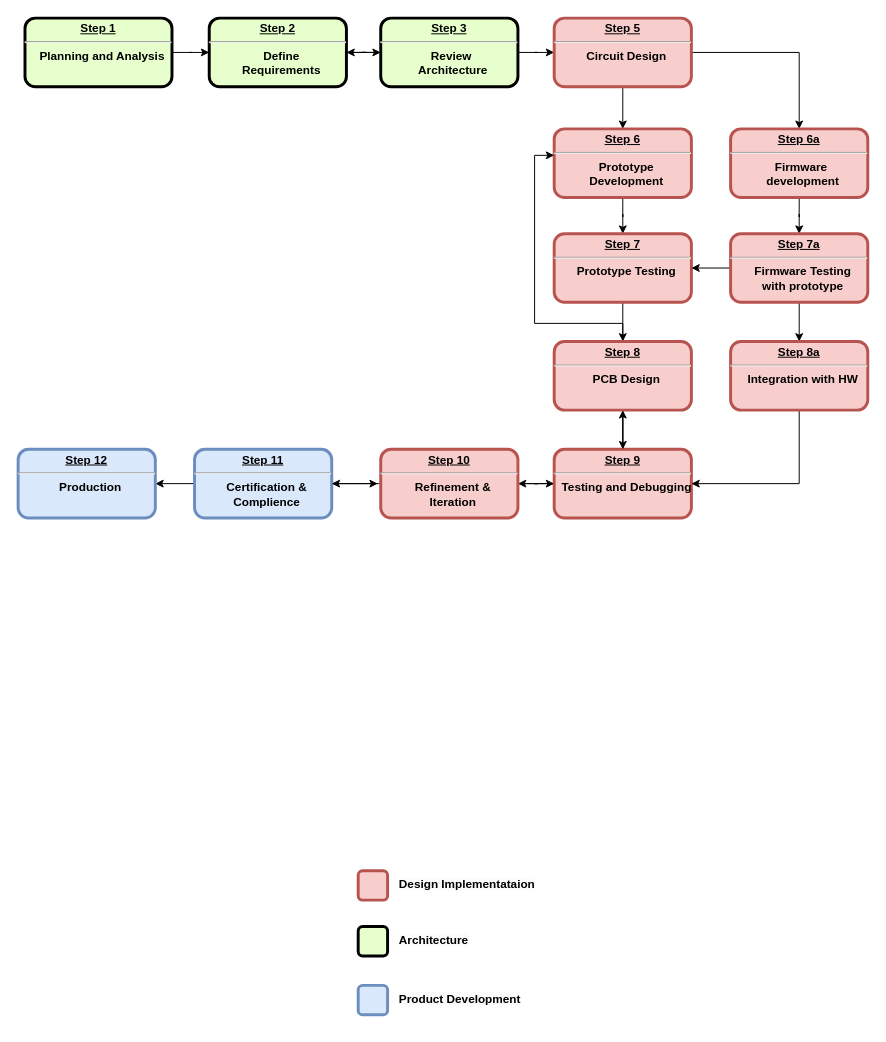
j9hasan/learning-git keeps this draw.io diagram as ups-gantt.drawio. Above is the earlier version. Source tidied: cells renumbered, new cells numbered last; positions are measured from the earlier drawing's top-left corner, leaving out a move shared by most shapes. Both pictures are drawn from the tidied source at 98%, with x=0, y=0 at pixel (18, 18).
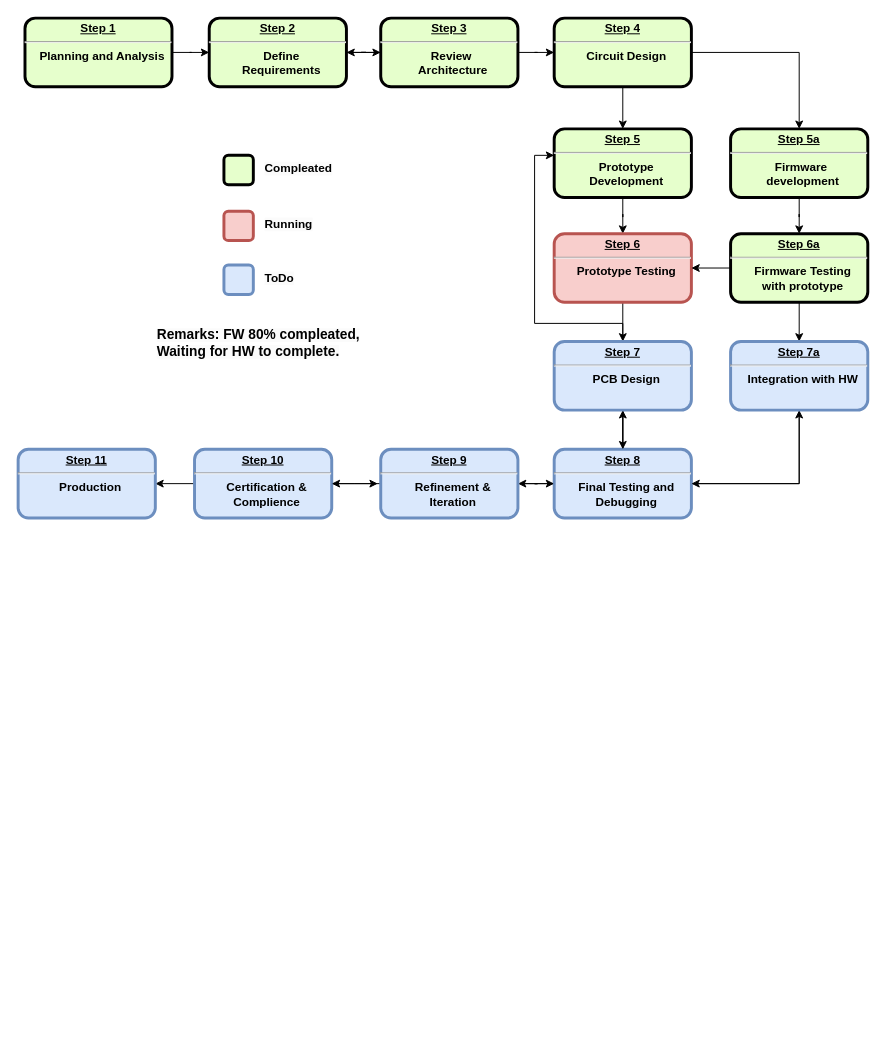
The same diagram, later.

What changed in the source:
```diff
@@
-    <mxCell id="8" value="&lt;p style=&quot;margin: 0px; margin-top: 4px; text-align: center; text-decoration: underline;&quot;&gt;&lt;strong&gt;Step 6&lt;/strong&gt;&lt;/p&gt;&lt;hr&gt;&lt;p style=&quot;margin: 0px; margin-left: 8px;&quot;&gt;Prototype&lt;/p&gt;&lt;p style=&quot;margin: 0px; margin-left: 8px;&quot;&gt;Development&lt;/p&gt;" style="verticalAlign=middle;align=center;overflow=fill;fontSize=12;fontFamily=Helvetica;html=1;rounded=1;fontStyle=1;strokeWidth=3;fillColor=#f8cecc;strokeColor=#b85450;" parent="1" vertex="1">
+    <mxCell id="8" value="&lt;p style=&quot;margin: 0px; margin-top: 4px; text-align: center; text-decoration: underline;&quot;&gt;&lt;strong&gt;Step 5&lt;/strong&gt;&lt;/p&gt;&lt;hr&gt;&lt;p style=&quot;margin: 0px; margin-left: 8px;&quot;&gt;Prototype&lt;/p&gt;&lt;p style=&quot;margin: 0px; margin-left: 8px;&quot;&gt;Development&lt;/p&gt;" style="verticalAlign=middle;align=center;overflow=fill;fontSize=12;fontFamily=Helvetica;html=1;rounded=1;fontStyle=1;strokeWidth=3;fillColor=#E6FFCC;" parent="1" vertex="1">
       <mxGeometry x="547" y="113" width="140" height="70" as="geometry" />
     </mxCell>
@@
+    <mxCell id="42" style="edgeStyle=orthogonalEdgeStyle;rounded=0;jettySize=auto;html=1;entryX=0.5;entryY=1;entryDx=0;entryDy=0;" parent="1" edge="1" source="12" target="41">
+      <mxGeometry relative="1" as="geometry" />
+    </mxCell>
-    <mxCell id="12" value="&lt;p style=&quot;margin: 0px; margin-top: 4px; text-align: center; text-decoration: underline;&quot;&gt;&lt;strong&gt;Step 9&lt;/strong&gt;&lt;/p&gt;&lt;hr&gt;&lt;p style=&quot;margin: 0px; margin-left: 8px;&quot;&gt;&lt;span style=&quot;background-color: initial;&quot;&gt;Testing and Debugging&lt;/span&gt;&lt;/p&gt;" style="verticalAlign=middle;align=center;overflow=fill;fontSize=12;fontFamily=Helvetica;html=1;rounded=1;fontStyle=1;strokeWidth=3;fillColor=#f8cecc;strokeColor=#b85450;" parent="1" vertex="1">
+    <mxCell id="12" value="&lt;p style=&quot;margin: 0px; margin-top: 4px; text-align: center; text-decoration: underline;&quot;&gt;&lt;strong&gt;Step 8&lt;/strong&gt;&lt;/p&gt;&lt;hr&gt;&lt;p style=&quot;margin: 0px; margin-left: 8px;&quot;&gt;&lt;span style=&quot;background-color: initial;&quot;&gt;Final&amp;nbsp;&lt;/span&gt;&lt;span style=&quot;background-color: initial;&quot;&gt;Testing and&lt;/span&gt;&lt;/p&gt;&lt;p style=&quot;margin: 0px; margin-left: 8px;&quot;&gt;&lt;span style=&quot;background-color: initial;&quot;&gt;Debugging&lt;/span&gt;&lt;/p&gt;" style="verticalAlign=middle;align=center;overflow=fill;fontSize=12;fontFamily=Helvetica;html=1;rounded=1;fontStyle=1;strokeWidth=3;fillColor=#dae8fc;strokeColor=#6c8ebf;" parent="1" vertex="1">
       <mxGeometry x="547" y="440" width="140" height="70" as="geometry" />
     </mxCell>
@@
-    <mxCell id="15" value="&lt;p style=&quot;margin: 0px; margin-top: 4px; text-align: center; text-decoration: underline;&quot;&gt;&lt;strong&gt;Step 11&lt;/strong&gt;&lt;/p&gt;&lt;hr&gt;&lt;p style=&quot;margin: 0px; margin-left: 8px;&quot;&gt;&lt;span style=&quot;background-color: initial;&quot;&gt;Certification &amp;amp;&lt;/span&gt;&lt;/p&gt;&lt;p style=&quot;margin: 0px; margin-left: 8px;&quot;&gt;&lt;span style=&quot;background-color: initial;&quot;&gt;Complience&lt;/span&gt;&lt;/p&gt;&lt;p style=&quot;margin: 0px; margin-left: 8px;&quot;&gt;&lt;span style=&quot;background-color: initial; color: rgba(0, 0, 0, 0); font-family: monospace; font-size: 0px; font-weight: 400; text-align: start;&quot;&gt;Co%3CmxGraphModel%3E%3Croot%3E%3CmxCell%20id%3D%220%22%2F%3E%3CmxCell%20id%3D%221%22%20parent%3D%220%22%2F%3E%3CmxCell%20id%3D%222%22%20value%3D%22%26lt%3Bp%20style%3D%26quot%3Bmargin%3A%200px%3B%20margin-top%3A%204px%3B%20text-align%3A%20center%3B%20text-decoration%3A%20underline%3B%26quot%3B%26gt%3B%26lt%3Bstrong%26gt%3BStep%205%26lt%3B%2Fstrong%26gt%3B%26lt%3B%2Fp%26gt%3B%26lt%3Bhr%26gt%3B%26lt%3Bp%20style%3D%26quot%3Bmargin%3A%200px%3B%20margin-left%3A%208px%3B%26quot%3B%26gt%3BPrototype%26lt%3B%2Fp%26gt%3B%26lt%3Bp%20style%3D%26quot%3Bmargin%3A%200px%3B%20margin-left%3A%208px%3B%26quot%3B%26gt%3BDevelopmenrt%26lt%3B%2Fp%26gt%3B%22%20style%3D%22verticalAlign%3Dmiddle%3Balign%3Dcenter%3Boverflow%3Dfill%3BfontSize%3D12%3BfontFamily%3DHelvetica%3Bhtml%3D1%3Brounded%3D1%3BfontStyle%3D1%3BstrokeWidth%3D3%3BfillColor%3D%23E6FFCC%22%20vertex%3D%221%22%20parent%3D%221%22%3E%3CmxGeometry%20x%3D%22585%22%20y%3D%22360%22%20width%3D%22140%22%20height%3D%2270%22%20as%3D%22geometry%22%2F%3E%3C%2FmxCell%3E%3C%2Froot%3E%3C%2FmxGraphModel%3E&lt;/span&gt;&lt;/p&gt;" style="verticalAlign=middle;align=center;overflow=fill;fontSize=12;fontFamily=Helvetica;html=1;rounded=1;fontStyle=1;strokeWidth=3;fillColor=#dae8fc;strokeColor=#6c8ebf;" parent="1" vertex="1">
+    <mxCell id="15" value="&lt;p style=&quot;margin: 0px; margin-top: 4px; text-align: center; text-decoration: underline;&quot;&gt;&lt;strong&gt;Step 10&lt;/strong&gt;&lt;/p&gt;&lt;hr&gt;&lt;p style=&quot;margin: 0px; margin-left: 8px;&quot;&gt;&lt;span style=&quot;background-color: initial;&quot;&gt;Certification &amp;amp;&lt;/span&gt;&lt;/p&gt;&lt;p style=&quot;margin: 0px; margin-left: 8px;&quot;&gt;&lt;span style=&quot;background-color: initial;&quot;&gt;Complience&lt;/span&gt;&lt;/p&gt;&lt;p style=&quot;margin: 0px; margin-left: 8px;&quot;&gt;&lt;span style=&quot;background-color: initial; color: rgba(0, 0, 0, 0); font-family: monospace; font-size: 0px; font-weight: 400; text-align: start;&quot;&gt;Co%3CmxGraphModel%3E%3Croot%3E%3CmxCell%20id%3D%220%22%2F%3E%3CmxCell%20id%3D%221%22%20parent%3D%220%22%2F%3E%3CmxCell%20id%3D%222%22%20value%3D%22%26lt%3Bp%20style%3D%26quot%3Bmargin%3A%200px%3B%20margin-top%3A%204px%3B%20text-align%3A%20center%3B%20text-decoration%3A%20underline%3B%26quot%3B%26gt%3B%26lt%3Bstrong%26gt%3BStep%205%26lt%3B%2Fstrong%26gt%3B%26lt%3B%2Fp%26gt%3B%26lt%3Bhr%26gt%3B%26lt%3Bp%20style%3D%26quot%3Bmargin%3A%200px%3B%20margin-left%3A%208px%3B%26quot%3B%26gt%3BPrototype%26lt%3B%2Fp%26gt%3B%26lt%3Bp%20style%3D%26quot%3Bmargin%3A%200px%3B%20margin-left%3A%208px%3B%26quot%3B%26gt%3BDevelopmenrt%26lt%3B%2Fp%26gt%3B%22%20style%3D%22verticalAlign%3Dmiddle%3Balign%3Dcenter%3Boverflow%3Dfill%3BfontSize%3D12%3BfontFamily%3DHelvetica%3Bhtml%3D1%3Brounded%3D1%3BfontStyle%3D1%3BstrokeWidth%3D3%3BfillColor%3D%23E6FFCC%22%20vertex%3D%221%22%20parent%3D%221%22%3E%3CmxGeometry%20x%3D%22585%22%20y%3D%22360%22%20width%3D%22140%22%20height%3D%2270%22%20as%3D%22geometry%22%2F%3E%3C%2FmxCell%3E%3C%2Froot%3E%3C%2FmxGraphModel%3E&lt;/span&gt;&lt;/p&gt;" style="verticalAlign=middle;align=center;overflow=fill;fontSize=12;fontFamily=Helvetica;html=1;rounded=1;fontStyle=1;strokeWidth=3;fillColor=#dae8fc;strokeColor=#6c8ebf;" parent="1" vertex="1">
       <mxGeometry x="180" y="440" width="140" height="70" as="geometry" />
     </mxCell>
-    <mxCell id="16" value="&lt;p style=&quot;margin: 0px; margin-top: 4px; text-align: center; text-decoration: underline;&quot;&gt;&lt;strong&gt;Step 12&lt;/strong&gt;&lt;/p&gt;&lt;hr&gt;&lt;p style=&quot;margin: 0px; margin-left: 8px;&quot;&gt;Production&lt;/p&gt;" style="verticalAlign=middle;align=center;overflow=fill;fontSize=12;fontFamily=Helvetica;html=1;rounded=1;fontStyle=1;strokeWidth=3;fillColor=#dae8fc;strokeColor=#6c8ebf;" parent="1" vertex="1">
+    <mxCell id="16" value="&lt;p style=&quot;margin: 0px; margin-top: 4px; text-align: center; text-decoration: underline;&quot;&gt;&lt;strong&gt;Step 11&lt;/strong&gt;&lt;/p&gt;&lt;hr&gt;&lt;p style=&quot;margin: 0px; margin-left: 8px;&quot;&gt;Production&lt;/p&gt;" style="verticalAlign=middle;align=center;overflow=fill;fontSize=12;fontFamily=Helvetica;html=1;rounded=1;fontStyle=1;strokeWidth=3;fillColor=#dae8fc;strokeColor=#6c8ebf;" parent="1" vertex="1">
       <mxGeometry y="440" width="140" height="70" as="geometry" />
     </mxCell>
@@
-    <mxCell id="22" value="&lt;p style=&quot;margin: 0px; margin-top: 4px; text-align: center; text-decoration: underline;&quot;&gt;&lt;strong&gt;Step 10&lt;/strong&gt;&lt;/p&gt;&lt;hr&gt;&lt;p style=&quot;margin: 0px; margin-left: 8px;&quot;&gt;Refinement &amp;amp;&lt;/p&gt;&lt;p style=&quot;margin: 0px; margin-left: 8px;&quot;&gt;Iteration&lt;/p&gt;" style="verticalAlign=middle;align=center;overflow=fill;fontSize=12;fontFamily=Helvetica;html=1;rounded=1;fontStyle=1;strokeWidth=3;flipH=1;fillColor=#f8cecc;strokeColor=#b85450;" parent="1" vertex="1">
+    <mxCell id="22" value="&lt;p style=&quot;margin: 0px; margin-top: 4px; text-align: center; text-decoration: underline;&quot;&gt;&lt;strong&gt;Step 9&lt;/strong&gt;&lt;/p&gt;&lt;hr&gt;&lt;p style=&quot;margin: 0px; margin-left: 8px;&quot;&gt;Refinement &amp;amp;&lt;/p&gt;&lt;p style=&quot;margin: 0px; margin-left: 8px;&quot;&gt;Iteration&lt;/p&gt;" style="verticalAlign=middle;align=center;overflow=fill;fontSize=12;fontFamily=Helvetica;html=1;rounded=1;fontStyle=1;strokeWidth=3;flipH=1;fillColor=#dae8fc;strokeColor=#6c8ebf;" parent="1" vertex="1">
       <mxGeometry x="370" y="440" width="140" height="70" as="geometry" />
     </mxCell>
     <mxCell id="23" style="whiteSpace=wrap;align=center;verticalAlign=middle;fontStyle=1;strokeWidth=3;rounded=1;fillColor=#f8cecc;strokeColor=#b85450;" parent="1" vertex="1">
-      <mxGeometry x="347" y="870" width="30" height="30" as="geometry" />
+      <mxGeometry x="210" y="197" width="30" height="30" as="geometry" />
     </mxCell>
     <mxCell id="24" style="whiteSpace=wrap;align=center;verticalAlign=middle;fontStyle=1;strokeWidth=3;rounded=1;fillColor=#dae8fc;strokeColor=#6c8ebf;" parent="1" vertex="1">
-      <mxGeometry x="347" y="987" width="30" height="30" as="geometry" />
+      <mxGeometry x="210" y="252" width="30" height="30" as="geometry" />
     </mxCell>
     <mxCell id="25" style="whiteSpace=wrap;align=center;verticalAlign=middle;fontStyle=1;strokeWidth=3;rounded=1;fillColor=#E6FFCC;strokeColor=#000000;" parent="1" vertex="1">
-      <mxGeometry x="347" y="927" width="30" height="30" as="geometry" />
+      <mxGeometry x="210" y="140" width="30" height="30" as="geometry" />
     </mxCell>
-    <mxCell id="26" value="&lt;span style=&quot;color: rgb(0, 0, 0); font-family: Helvetica; font-size: 12px; font-style: normal; font-variant-ligatures: normal; font-variant-caps: normal; font-weight: 700; letter-spacing: normal; orphans: 2; text-align: center; text-indent: 0px; text-transform: none; widows: 2; word-spacing: 0px; -webkit-text-stroke-width: 0px; white-space: normal; background-color: rgb(251, 251, 251); text-decoration-thickness: initial; text-decoration-style: initial; text-decoration-color: initial; display: inline !important; float: none;&quot;&gt;Architecture&lt;/span&gt;" style="text;whiteSpace=wrap;html=1;" parent="1" vertex="1">
-      <mxGeometry x="387" y="927" width="100" height="40" as="geometry" />
+    <mxCell id="26" value="&lt;span style=&quot;color: rgb(0, 0, 0); font-family: Helvetica; font-size: 12px; font-style: normal; font-variant-ligatures: normal; font-variant-caps: normal; font-weight: 700; letter-spacing: normal; orphans: 2; text-align: center; text-indent: 0px; text-transform: none; widows: 2; word-spacing: 0px; -webkit-text-stroke-width: 0px; white-space: normal; background-color: rgb(251, 251, 251); text-decoration-thickness: initial; text-decoration-style: initial; text-decoration-color: initial; display: inline !important; float: none;&quot;&gt;Running&lt;/span&gt;" style="text;whiteSpace=wrap;html=1;" parent="1" vertex="1">
+      <mxGeometry x="250" y="197" width="100" height="40" as="geometry" />
     </mxCell>
-    <mxCell id="27" value="&lt;span style=&quot;color: rgb(0, 0, 0); font-family: Helvetica; font-size: 12px; font-style: normal; font-variant-ligatures: normal; font-variant-caps: normal; font-weight: 700; letter-spacing: normal; orphans: 2; text-align: center; text-indent: 0px; text-transform: none; widows: 2; word-spacing: 0px; -webkit-text-stroke-width: 0px; white-space: normal; background-color: rgb(251, 251, 251); text-decoration-thickness: initial; text-decoration-style: initial; text-decoration-color: initial; display: inline !important; float: none;&quot;&gt;Design Implementataion&lt;/span&gt;" style="text;whiteSpace=wrap;html=1;" parent="1" vertex="1">
-      <mxGeometry x="387" y="870" width="170" height="40" as="geometry" />
+    <mxCell id="27" value="&lt;span style=&quot;color: rgb(0, 0, 0); font-family: Helvetica; font-size: 12px; font-style: normal; font-variant-ligatures: normal; font-variant-caps: normal; font-weight: 700; letter-spacing: normal; orphans: 2; text-align: center; text-indent: 0px; text-transform: none; widows: 2; word-spacing: 0px; -webkit-text-stroke-width: 0px; white-space: normal; background-color: rgb(251, 251, 251); text-decoration-thickness: initial; text-decoration-style: initial; text-decoration-color: initial; display: inline !important; float: none;&quot;&gt;Compleated&lt;/span&gt;" style="text;whiteSpace=wrap;html=1;" parent="1" vertex="1">
+      <mxGeometry x="250" y="140" width="170" height="40" as="geometry" />
     </mxCell>
-    <mxCell id="28" value="&lt;span style=&quot;color: rgb(0, 0, 0); font-family: Helvetica; font-size: 12px; font-style: normal; font-variant-ligatures: normal; font-variant-caps: normal; font-weight: 700; letter-spacing: normal; orphans: 2; text-align: center; text-indent: 0px; text-transform: none; widows: 2; word-spacing: 0px; -webkit-text-stroke-width: 0px; white-space: normal; background-color: rgb(251, 251, 251); text-decoration-thickness: initial; text-decoration-style: initial; text-decoration-color: initial; display: inline !important; float: none;&quot;&gt;Product Development&lt;/span&gt;" style="text;whiteSpace=wrap;html=1;" parent="1" vertex="1">
-      <mxGeometry x="387" y="987" width="160" height="40" as="geometry" />
+    <mxCell id="28" value="&lt;span style=&quot;color: rgb(0, 0, 0); font-family: Helvetica; font-size: 12px; font-style: normal; font-variant-ligatures: normal; font-variant-caps: normal; font-weight: 700; letter-spacing: normal; orphans: 2; text-align: center; text-indent: 0px; text-transform: none; widows: 2; word-spacing: 0px; -webkit-text-stroke-width: 0px; white-space: normal; background-color: rgb(251, 251, 251); text-decoration-thickness: initial; text-decoration-style: initial; text-decoration-color: initial; display: inline !important; float: none;&quot;&gt;ToDo&lt;/span&gt;" style="text;whiteSpace=wrap;html=1;" parent="1" vertex="1">
+      <mxGeometry x="250" y="252" width="160" height="40" as="geometry" />
     </mxCell>
@@
-    <mxCell id="30" value="&lt;p style=&quot;margin: 0px; margin-top: 4px; text-align: center; text-decoration: underline;&quot;&gt;&lt;strong&gt;Step 5&lt;/strong&gt;&lt;/p&gt;&lt;hr&gt;&lt;p style=&quot;margin: 0px; margin-left: 8px;&quot;&gt;Circuit Design&lt;/p&gt;" style="verticalAlign=middle;align=center;overflow=fill;fontSize=12;fontFamily=Helvetica;html=1;rounded=1;fontStyle=1;strokeWidth=3;fillColor=#f8cecc;strokeColor=#b85450;" parent="1" vertex="1">
+    <mxCell id="30" value="&lt;p style=&quot;margin: 0px; margin-top: 4px; text-align: center; text-decoration: underline;&quot;&gt;&lt;strong&gt;Step 4&lt;/strong&gt;&lt;/p&gt;&lt;hr&gt;&lt;p style=&quot;margin: 0px; margin-left: 8px;&quot;&gt;Circuit Design&lt;/p&gt;" style="verticalAlign=middle;align=center;overflow=fill;fontSize=12;fontFamily=Helvetica;html=1;rounded=1;fontStyle=1;strokeWidth=3;fillColor=#E6FFCC;" parent="1" vertex="1">
       <mxGeometry x="547" width="140" height="70" as="geometry" />
     </mxCell>
@@
-    <mxCell id="32" value="&lt;p style=&quot;margin: 0px; margin-top: 4px; text-align: center; text-decoration: underline;&quot;&gt;&lt;strong&gt;Step 6a&lt;/strong&gt;&lt;/p&gt;&lt;hr&gt;&lt;p style=&quot;margin: 0px; margin-left: 8px;&quot;&gt;Firmware&amp;nbsp;&lt;/p&gt;&lt;p style=&quot;margin: 0px; margin-left: 8px;&quot;&gt;development&lt;/p&gt;" style="verticalAlign=middle;align=center;overflow=fill;fontSize=12;fontFamily=Helvetica;html=1;rounded=1;fontStyle=1;strokeWidth=3;fillColor=#f8cecc;strokeColor=#b85450;" parent="1" vertex="1">
+    <mxCell id="32" value="&lt;p style=&quot;margin: 0px; margin-top: 4px; text-align: center; text-decoration: underline;&quot;&gt;&lt;strong&gt;Step 5a&lt;/strong&gt;&lt;/p&gt;&lt;hr&gt;&lt;p style=&quot;margin: 0px; margin-left: 8px;&quot;&gt;Firmware&amp;nbsp;&lt;/p&gt;&lt;p style=&quot;margin: 0px; margin-left: 8px;&quot;&gt;development&lt;/p&gt;" style="verticalAlign=middle;align=center;overflow=fill;fontSize=12;fontFamily=Helvetica;html=1;rounded=1;fontStyle=1;strokeWidth=3;fillColor=#E6FFCC;" parent="1" vertex="1">
       <mxGeometry x="727" y="113" width="140" height="70" as="geometry" />
     </mxCell>
@@
-    <mxCell id="34" value="&lt;p style=&quot;margin: 0px; margin-top: 4px; text-align: center; text-decoration: underline;&quot;&gt;&lt;strong&gt;Step 7&lt;/strong&gt;&lt;/p&gt;&lt;hr&gt;&lt;p style=&quot;margin: 0px; margin-left: 8px;&quot;&gt;Prototype Testing&lt;/p&gt;" style="verticalAlign=middle;align=center;overflow=fill;fontSize=12;fontFamily=Helvetica;html=1;rounded=1;fontStyle=1;strokeWidth=3;fillColor=#f8cecc;strokeColor=#b85450;" parent="1" vertex="1">
+    <mxCell id="34" value="&lt;p style=&quot;margin: 0px; margin-top: 4px; text-align: center; text-decoration: underline;&quot;&gt;&lt;strong&gt;Step 6&lt;/strong&gt;&lt;/p&gt;&lt;hr&gt;&lt;p style=&quot;margin: 0px; margin-left: 8px;&quot;&gt;Prototype Testing&lt;/p&gt;" style="verticalAlign=middle;align=center;overflow=fill;fontSize=12;fontFamily=Helvetica;html=1;rounded=1;fontStyle=1;strokeWidth=3;fillColor=#f8cecc;strokeColor=#b85450;" parent="1" vertex="1">
       <mxGeometry x="547" y="220" width="140" height="70" as="geometry" />
     </mxCell>
@@
-    <mxCell id="36" value="&lt;p style=&quot;margin: 0px; margin-top: 4px; text-align: center; text-decoration: underline;&quot;&gt;&lt;strong&gt;Step 8&lt;/strong&gt;&lt;/p&gt;&lt;hr&gt;&lt;p style=&quot;margin: 0px; margin-left: 8px;&quot;&gt;PCB Design&lt;/p&gt;" style="verticalAlign=middle;align=center;overflow=fill;fontSize=12;fontFamily=Helvetica;html=1;rounded=1;fontStyle=1;strokeWidth=3;fillColor=#f8cecc;strokeColor=#b85450;" parent="1" vertex="1">
+    <mxCell id="36" value="&lt;p style=&quot;margin: 0px; margin-top: 4px; text-align: center; text-decoration: underline;&quot;&gt;&lt;strong&gt;Step 7&lt;/strong&gt;&lt;/p&gt;&lt;hr&gt;&lt;p style=&quot;margin: 0px; margin-left: 8px;&quot;&gt;PCB Design&lt;/p&gt;" style="verticalAlign=middle;align=center;overflow=fill;fontSize=12;fontFamily=Helvetica;html=1;rounded=1;fontStyle=1;strokeWidth=3;fillColor=#dae8fc;strokeColor=#6c8ebf;" parent="1" vertex="1">
       <mxGeometry x="547" y="330" width="140" height="70" as="geometry" />
     </mxCell>
@@
-    <mxCell id="39" value="&lt;p style=&quot;margin: 0px; margin-top: 4px; text-align: center; text-decoration: underline;&quot;&gt;&lt;strong&gt;Step 7a&lt;/strong&gt;&lt;/p&gt;&lt;hr&gt;&lt;p style=&quot;margin: 0px; margin-left: 8px;&quot;&gt;Firmware&amp;nbsp;&lt;span style=&quot;background-color: initial;&quot;&gt;Testing&lt;/span&gt;&lt;/p&gt;&lt;p style=&quot;margin: 0px; margin-left: 8px;&quot;&gt;&lt;span style=&quot;background-color: initial;&quot;&gt;with prototype&lt;/span&gt;&lt;/p&gt;" style="verticalAlign=middle;align=center;overflow=fill;fontSize=12;fontFamily=Helvetica;html=1;rounded=1;fontStyle=1;strokeWidth=3;fillColor=#f8cecc;strokeColor=#b85450;" parent="1" vertex="1">
+    <mxCell id="39" value="&lt;p style=&quot;margin: 0px; margin-top: 4px; text-align: center; text-decoration: underline;&quot;&gt;&lt;strong&gt;Step 6a&lt;/strong&gt;&lt;/p&gt;&lt;hr&gt;&lt;p style=&quot;margin: 0px; margin-left: 8px;&quot;&gt;Firmware&amp;nbsp;&lt;span style=&quot;background-color: initial;&quot;&gt;Testing&lt;/span&gt;&lt;/p&gt;&lt;p style=&quot;margin: 0px; margin-left: 8px;&quot;&gt;&lt;span style=&quot;background-color: initial;&quot;&gt;with prototype&lt;/span&gt;&lt;/p&gt;" style="verticalAlign=middle;align=center;overflow=fill;fontSize=12;fontFamily=Helvetica;html=1;rounded=1;fontStyle=1;strokeWidth=3;fillColor=#E6FFCC;" parent="1" vertex="1">
       <mxGeometry x="727" y="220" width="140" height="70" as="geometry" />
     </mxCell>
@@
-    <mxCell id="41" value="&lt;p style=&quot;margin: 0px; margin-top: 4px; text-align: center; text-decoration: underline;&quot;&gt;&lt;strong&gt;Step 8a&lt;/strong&gt;&lt;/p&gt;&lt;hr&gt;&lt;p style=&quot;margin: 0px; margin-left: 8px;&quot;&gt;Integration with HW&lt;/p&gt;" style="verticalAlign=middle;align=center;overflow=fill;fontSize=12;fontFamily=Helvetica;html=1;rounded=1;fontStyle=1;strokeWidth=3;fillColor=#f8cecc;strokeColor=#b85450;" parent="1" vertex="1">
+    <mxCell id="41" value="&lt;p style=&quot;margin: 0px; margin-top: 4px; text-align: center; text-decoration: underline;&quot;&gt;&lt;strong&gt;Step 7a&lt;/strong&gt;&lt;/p&gt;&lt;hr&gt;&lt;p style=&quot;margin: 0px; margin-left: 8px;&quot;&gt;Integration with HW&lt;/p&gt;" style="verticalAlign=middle;align=center;overflow=fill;fontSize=12;fontFamily=Helvetica;html=1;rounded=1;fontStyle=1;strokeWidth=3;fillColor=#dae8fc;strokeColor=#6c8ebf;" parent="1" vertex="1">
       <mxGeometry x="727" y="330" width="140" height="70" as="geometry" />
     </mxCell>
+    <mxCell id="43" value="&lt;span style=&quot;color: rgb(0, 0, 0); font-family: Helvetica; font-style: normal; font-variant-ligatures: normal; font-variant-caps: normal; font-weight: 700; letter-spacing: normal; orphans: 2; text-align: center; text-indent: 0px; text-transform: none; widows: 2; word-spacing: 0px; -webkit-text-stroke-width: 0px; white-space: normal; background-color: rgb(251, 251, 251); text-decoration-thickness: initial; text-decoration-style: initial; text-decoration-color: initial; float: none; display: inline !important;&quot;&gt;&lt;font style=&quot;font-size: 14px;&quot;&gt;Remarks: FW 80% compleated, Waiting for HW to complete.&lt;/font&gt;&lt;/span&gt;" style="text;whiteSpace=wrap;html=1;" parent="1" vertex="1">
+      <mxGeometry x="140" y="308" width="210" height="40" as="geometry" />
+    </mxCell>
```
